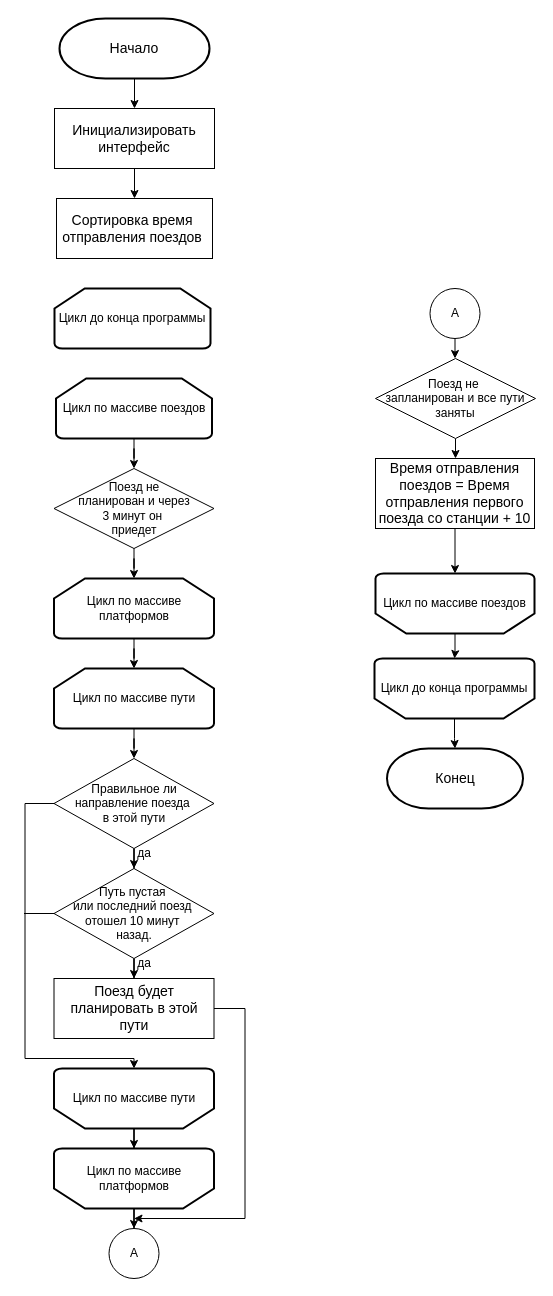
Earlier version of the draw.io diagram docs/prac.drawio (hieubichpro/6-SEM-Practice). Source tidied: cells renumbered, new cells numbered last; positions are measured from the earlier drawing's top-left corner, leaving out a move shared by most shapes. Both pictures are drawn from the tidied source at 100%, with x=0, y=0 at pixel (23, 18).
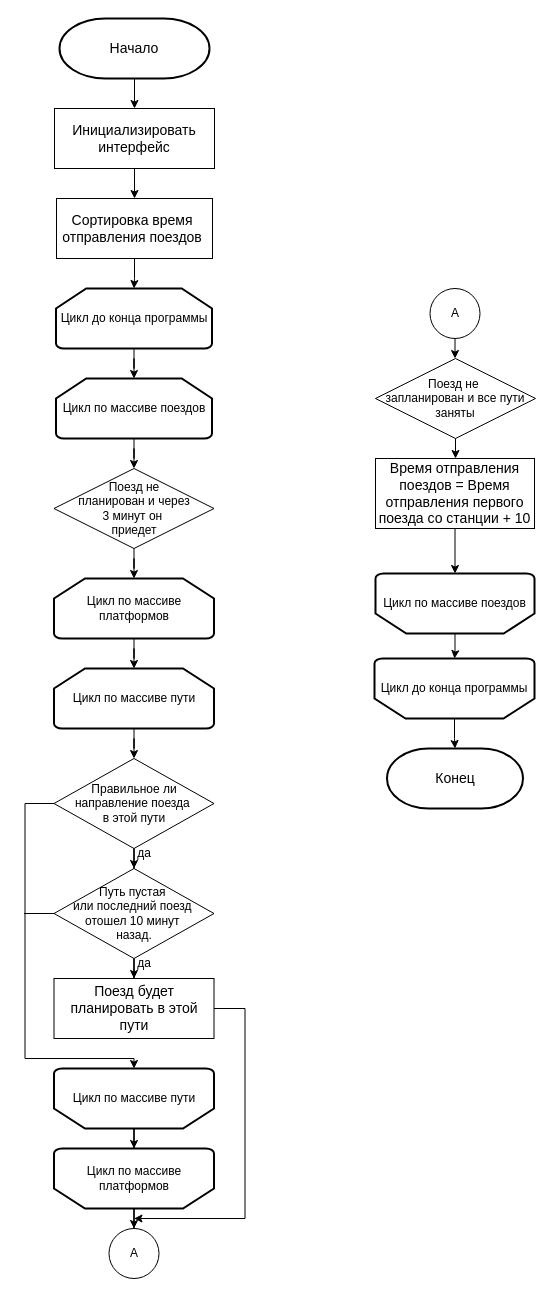
Above is the later version.

The change refers to these unchanged cells:
```xml
<mxCell id="10" value="Сортировка время&amp;nbsp; отправления поездов&amp;nbsp;" style="rounded=0;whiteSpace=wrap;html=1;fontSize=14;" parent="1" vertex="1">
  <mxGeometry x="33" y="180" width="156" height="60" as="geometry" />
</mxCell>
<mxCell id="12" value="Цикл по массиве поездов" style="strokeWidth=2;html=1;shape=mxgraph.flowchart.loop_limit;whiteSpace=wrap;" parent="1" vertex="1">
  <mxGeometry x="32.5" y="360" width="156" height="60" as="geometry" />
</mxCell>
```

The edit, as a diff of the source:
```diff
@@
+    <mxCell id="42" style="edgeStyle=orthogonalEdgeStyle;rounded=0;jettySize=auto;html=1;" parent="1" edge="1" source="38" target="12">
+      <mxGeometry relative="1" as="geometry" />
+    </mxCell>
     <mxCell id="38" value="Цикл до конца программы" style="strokeWidth=2;html=1;shape=mxgraph.flowchart.loop_limit;whiteSpace=wrap;" parent="1" vertex="1">
-      <mxGeometry x="31" y="270" width="156" height="60" as="geometry" />
+      <mxGeometry x="32.5" y="270" width="156" height="60" as="geometry" />
     </mxCell>
@@
+    <mxCell id="43" style="edgeStyle=orthogonalEdgeStyle;rounded=0;jettySize=auto;html=1;entryX=0.5;entryY=0;entryDx=0;entryDy=0;entryPerimeter=0;" parent="1" edge="1" source="10" target="38">
+      <mxGeometry relative="1" as="geometry" />
+    </mxCell>
```
